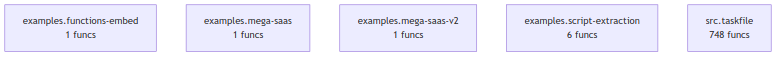
pyfunc/taskfile keeps this Mermaid diagram as project/compact_flow.png. Above is the earlier version. Its source is kept beside it as project/compact_flow.mmd.
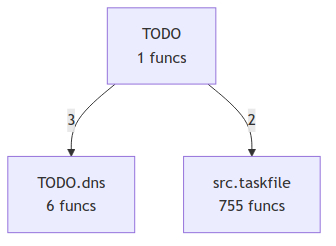
After the change.

Diff of the diagram source:
```diff
@@ -1,6 +1,6 @@
 flowchart TD
-    examples_functions_embed["examples.functions-embed<br/>1 funcs"]
-    examples_mega_saas["examples.mega-saas<br/>1 funcs"]
-    examples_mega_saas_v2["examples.mega-saas-v2<br/>1 funcs"]
-    examples_script_extraction["examples.script-extraction<br/>6 funcs"]
-    src_taskfile["src.taskfile<br/>748 funcs"]
+    TODO["TODO<br/>1 funcs"]
+    TODO_dns["TODO.dns<br/>6 funcs"]
+    src_taskfile["src.taskfile<br/>755 funcs"]
+    TODO -->|3| TODO_dns
+    TODO -->|2| src_taskfile
```
